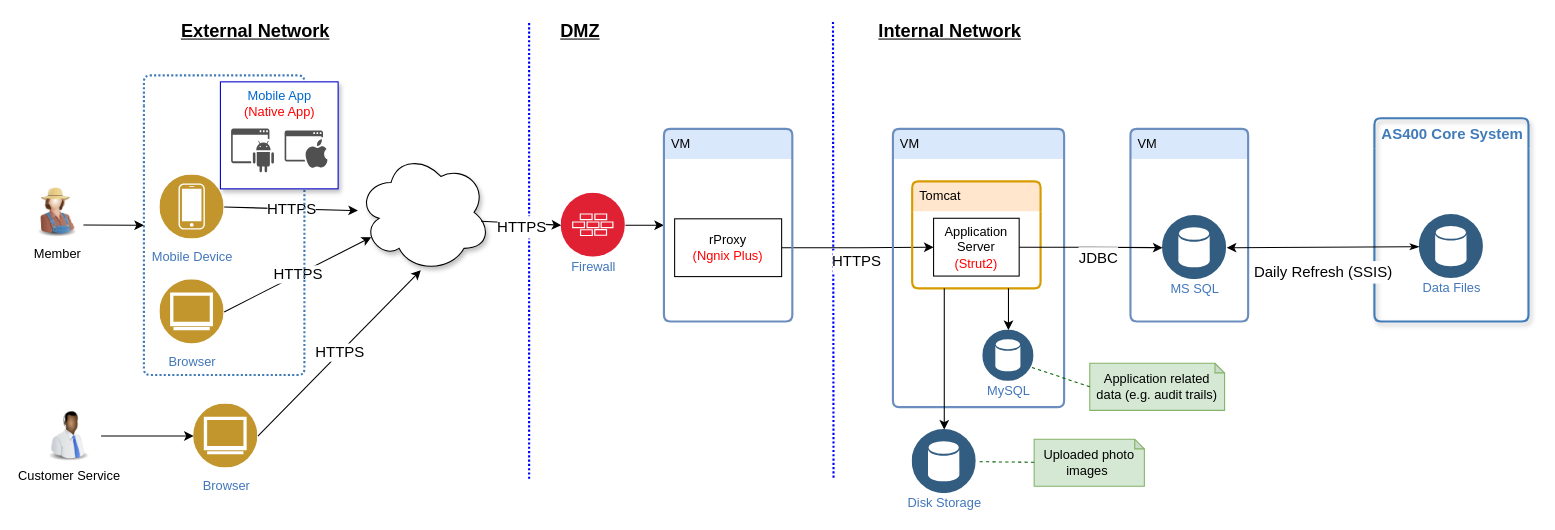
This is page "Physical Deployment" (2 of 2) of WeCare_Architecture.drawio from whalebig27/change-request-process-diagram, a draw.io file, before an edit. Source tidied: cells renumbered, new cells numbered last; positions are measured from the earlier drawing's top-left corner, leaving out a move shared by most shapes. Both pictures are drawn from the tidied source at 107%, with x=0, y=0 at pixel (30, 21).
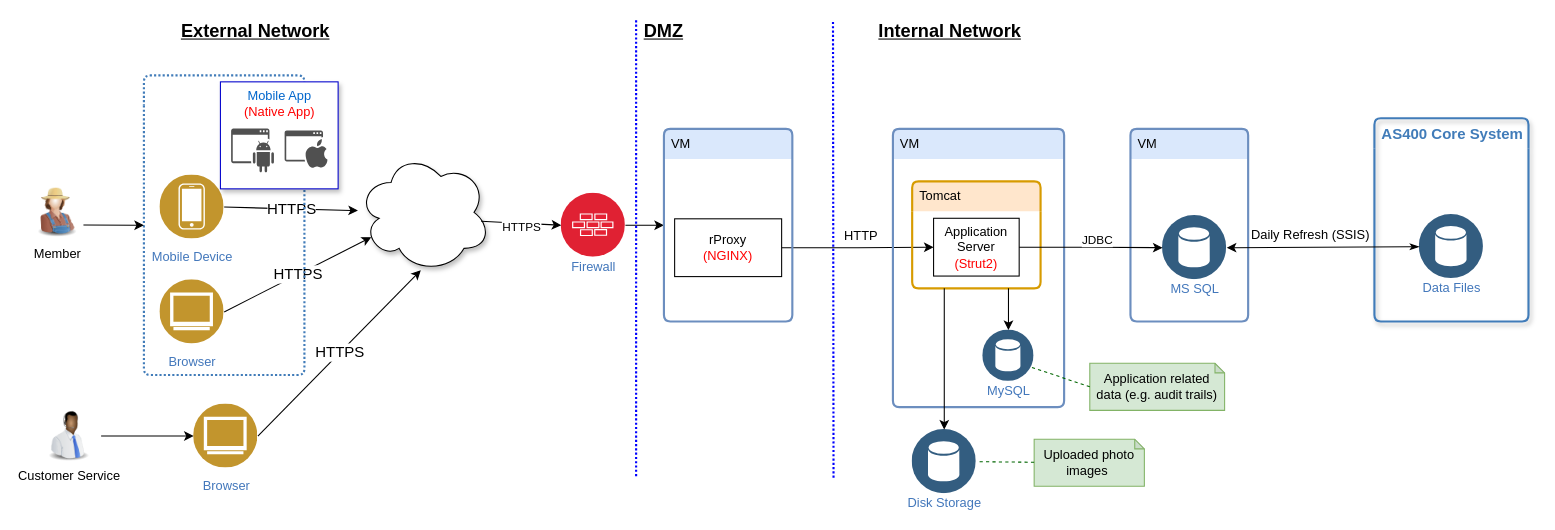
The same page after the edit.

Unchanged cells that the change refers to:
```xml
<mxCell id="26" value="VM" style="swimlane;fontStyle=0;horizontal=1;startSize=28;swimlaneLine=0;swimlaneFillColor=none;fillColor=#dae8fc;rounded=1;whiteSpace=wrap;html=1;absoluteArcSize=1;arcSize=12;strokeColor=#6c8ebf;verticalAlign=top;align=left;spacingLeft=5;dashed=0;strokeWidth=2;" parent="1" vertex="1">
  <mxGeometry x="592" y="100" width="120" height="180" as="geometry" />
</mxCell>
<mxCell id="30" value="Application Server&lt;br&gt;&lt;font color=&quot;#ff0000&quot;&gt;(Strut2)&lt;/font&gt;&lt;br&gt;" style="rounded=0;whiteSpace=wrap;html=1;" parent="29" vertex="1">
  <mxGeometry x="20" y="34.5" width="80" height="54" as="geometry" />
</mxCell>
<mxCell id="35" style="edgeStyle=orthogonalEdgeStyle;rounded=0;jettySize=auto;html=1;exitX=1;exitY=0.5;exitDx=0;exitDy=0;entryX=0;entryY=0.5;entryDx=0;entryDy=0;" parent="1" edge="1" source="30" target="21">
  <mxGeometry relative="1" as="geometry" />
</mxCell>
<mxCell id="37" style="rounded=0;jettySize=auto;html=1;exitX=0;exitY=0.5;exitDx=0;exitDy=0;entryX=1;entryY=0.5;entryDx=0;entryDy=0;startArrow=classicThin;startFill=1;" parent="1" edge="1" source="7" target="21">
  <mxGeometry relative="1" as="geometry" />
</mxCell>
<mxCell id="40" style="rounded=0;jettySize=auto;html=1;entryX=0;entryY=0.5;entryDx=0;entryDy=0;exitX=0.929;exitY=0.574;exitDx=0;exitDy=0;exitPerimeter=0;" parent="1" edge="1" source="39" target="19">
  <mxGeometry relative="1" as="geometry" />
</mxCell>
```

What changed in the source:
```diff
@@
     <mxCell id="22" style="endArrow=none;dashed=1;html=1;strokeWidth=2;dashPattern=1 1;strokeColor=#0000FF;" parent="1" edge="1">
       <mxGeometry relative="1" as="geometry">
-        <mxPoint x="466" y="427" as="sourcePoint" />
-        <mxPoint x="466" as="targetPoint" />
+        <mxPoint x="566" y="424.5" as="sourcePoint" />
+        <mxPoint x="566" y="-2.5" as="targetPoint" />
       </mxGeometry>
     </mxCell>
@@
-    <mxCell id="24" style="edgeStyle=orthogonalEdgeStyle;rounded=0;jettySize=auto;html=1;entryX=0;entryY=0.5;entryDx=0;entryDy=0;exitX=1;exitY=0.5;exitDx=0;exitDy=0;" parent="1" edge="1" source="27" target="30">
-      <mxGeometry relative="1" as="geometry" />
+    <mxCell id="24" value="HTTP" style="edgeStyle=orthogonalEdgeStyle;rounded=0;jettySize=auto;html=1;entryX=0;entryY=0.5;entryDx=0;entryDy=0;exitX=1;exitY=0.5;exitDx=0;exitDy=0;fontSize=12;" parent="1" edge="1" source="27" target="30">
+      <mxGeometry x="0.04" y="11" relative="1" as="geometry" />
     </mxCell>
-    <mxCell id="25" value="&lt;font style=&quot;font-size: 14px&quot;&gt;HTTPS&lt;/font&gt;" style="text;html=1;align=center;verticalAlign=middle;labelBackgroundColor=#ffffff;fontSize=17;" parent="24" vertex="1">
-      <mxGeometry x="-0.52" y="1" relative="1" as="geometry">
-        <mxPoint x="35" y="13" as="offset" />
-      </mxGeometry>
-    </mxCell>
@@
-    <mxCell id="27" value="&lt;span&gt;rProxy&lt;/span&gt;&lt;br&gt;&lt;span&gt;&lt;font color=&quot;#ff0000&quot;&gt;(Ngnix Plus)&lt;/font&gt;&lt;/span&gt;" style="rounded=0;whiteSpace=wrap;html=1;" parent="26" vertex="1">
+    <mxCell id="27" value="&lt;span&gt;rProxy&lt;/span&gt;&lt;br&gt;&lt;span&gt;&lt;font color=&quot;#ff0000&quot;&gt;(NGINX)&lt;/font&gt;&lt;/span&gt;" style="rounded=0;whiteSpace=wrap;html=1;" parent="26" vertex="1">
       <mxGeometry x="10" y="84" width="100" height="54" as="geometry" />
     </mxCell>
@@
     <mxCell id="33" value="&lt;font style=&quot;font-size: 17px;&quot;&gt;DMZ&lt;/font&gt;" style="text;html=1;strokeColor=none;fillColor=none;align=center;verticalAlign=middle;whiteSpace=wrap;rounded=0;fontSize=17;fontStyle=5;" parent="1" vertex="1">
-      <mxGeometry x="494" width="40" height="20" as="geometry" />
+      <mxGeometry x="572" width="40" height="20" as="geometry" />
     </mxCell>
@@
-    <mxCell id="36" value="&lt;font style=&quot;font-size: 14px&quot;&gt;JDBC&lt;/font&gt;" style="text;html=1;align=center;verticalAlign=middle;labelBackgroundColor=#ffffff;fontSize=17;" parent="35" vertex="1">
+    <mxCell id="36" value="&lt;font style=&quot;font-size: 11px;&quot;&gt;JDBC&lt;/font&gt;" style="text;html=1;align=center;verticalAlign=middle;labelBackgroundColor=#ffffff;fontSize=11;" parent="35" vertex="1">
       <mxGeometry x="0.26" y="-5" relative="1" as="geometry">
-        <mxPoint x="-11" y="4" as="offset" />
+        <mxPoint x="-12" y="-13" as="offset" />
       </mxGeometry>
     </mxCell>
@@
-    <mxCell id="38" value="&lt;font style=&quot;font-size: 14px&quot;&gt;Daily Refresh (SSIS)&lt;/font&gt;" style="text;html=1;align=center;verticalAlign=middle;labelBackgroundColor=#ffffff;fontSize=17;" parent="37" vertex="1">
+    <mxCell id="38" value="&lt;font style=&quot;font-size: 12px;&quot;&gt;Daily Refresh (SSIS)&lt;/font&gt;" style="text;html=1;align=center;verticalAlign=middle;labelBackgroundColor=#ffffff;fontSize=12;" parent="37" vertex="1">
       <mxGeometry x="0.69" y="-3" relative="1" as="geometry">
-        <mxPoint x="62" y="26" as="offset" />
+        <mxPoint x="50" y="-9" as="offset" />
       </mxGeometry>
     </mxCell>
@@
-    <mxCell id="41" value="&lt;font style=&quot;font-size: 14px&quot;&gt;HTTPS&lt;/font&gt;" style="text;html=1;align=center;verticalAlign=middle;labelBackgroundColor=#ffffff;fontSize=17;" parent="40" vertex="1">
+    <mxCell id="41" value="&lt;font style=&quot;font-size: 11px;&quot;&gt;HTTPS&lt;/font&gt;" style="text;html=1;align=center;verticalAlign=middle;labelBackgroundColor=#ffffff;fontSize=11;" parent="40" vertex="1">
       <mxGeometry x="-0.55" y="-2" relative="1" as="geometry">
         <mxPoint x="20" y="2" as="offset" />
       </mxGeometry>
     </mxCell>
```
